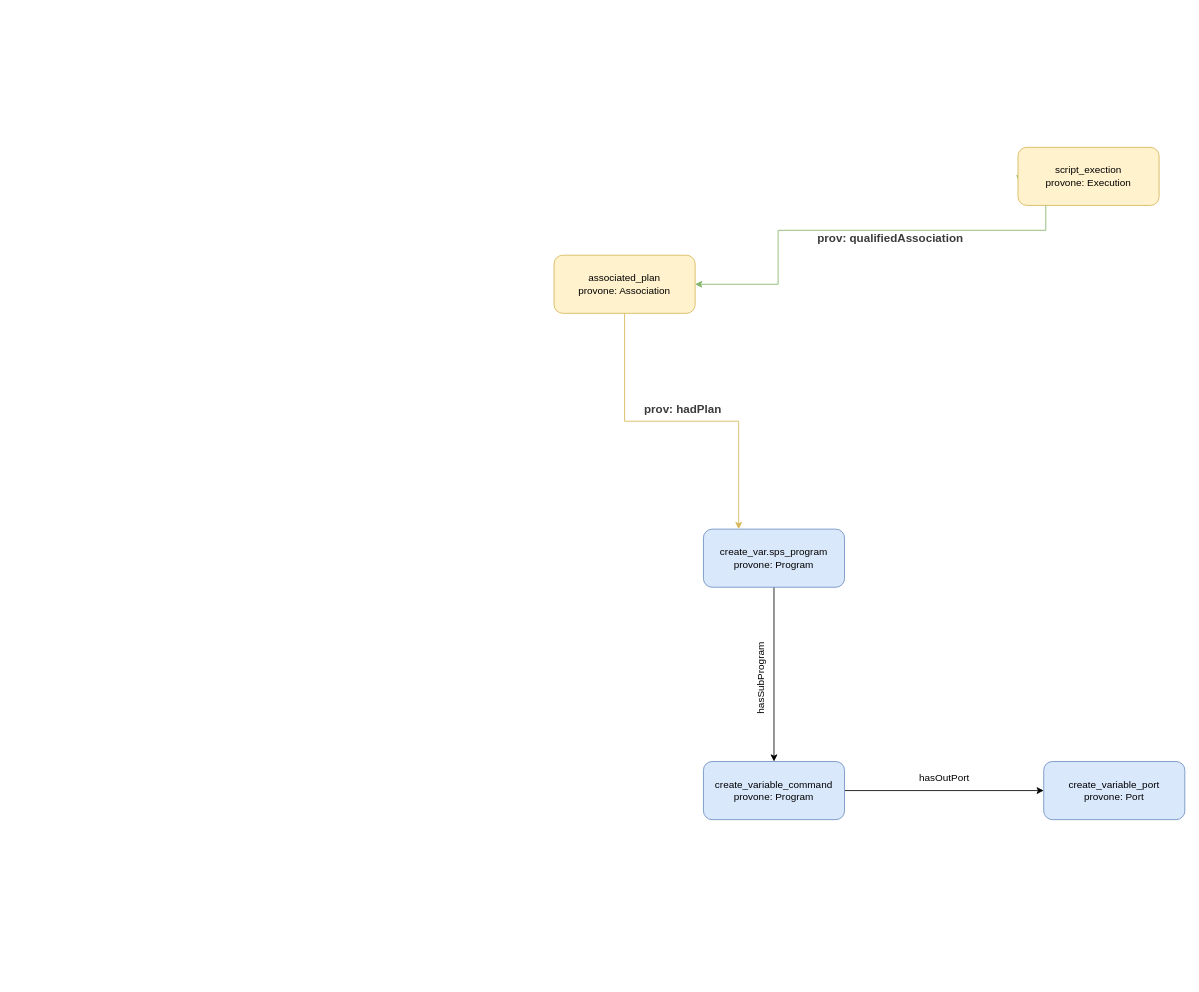
The draw.io diagram single-command/images/prov.drawio in ThomasThelen/sdtl-provone, before the edit. Source tidied: cells renumbered, new cells numbered last; positions are measured from the earlier drawing's top-left corner, leaving out a move shared by most shapes. Both pictures are drawn from the tidied source at 83%, with x=0, y=0 at pixel (554, 147).
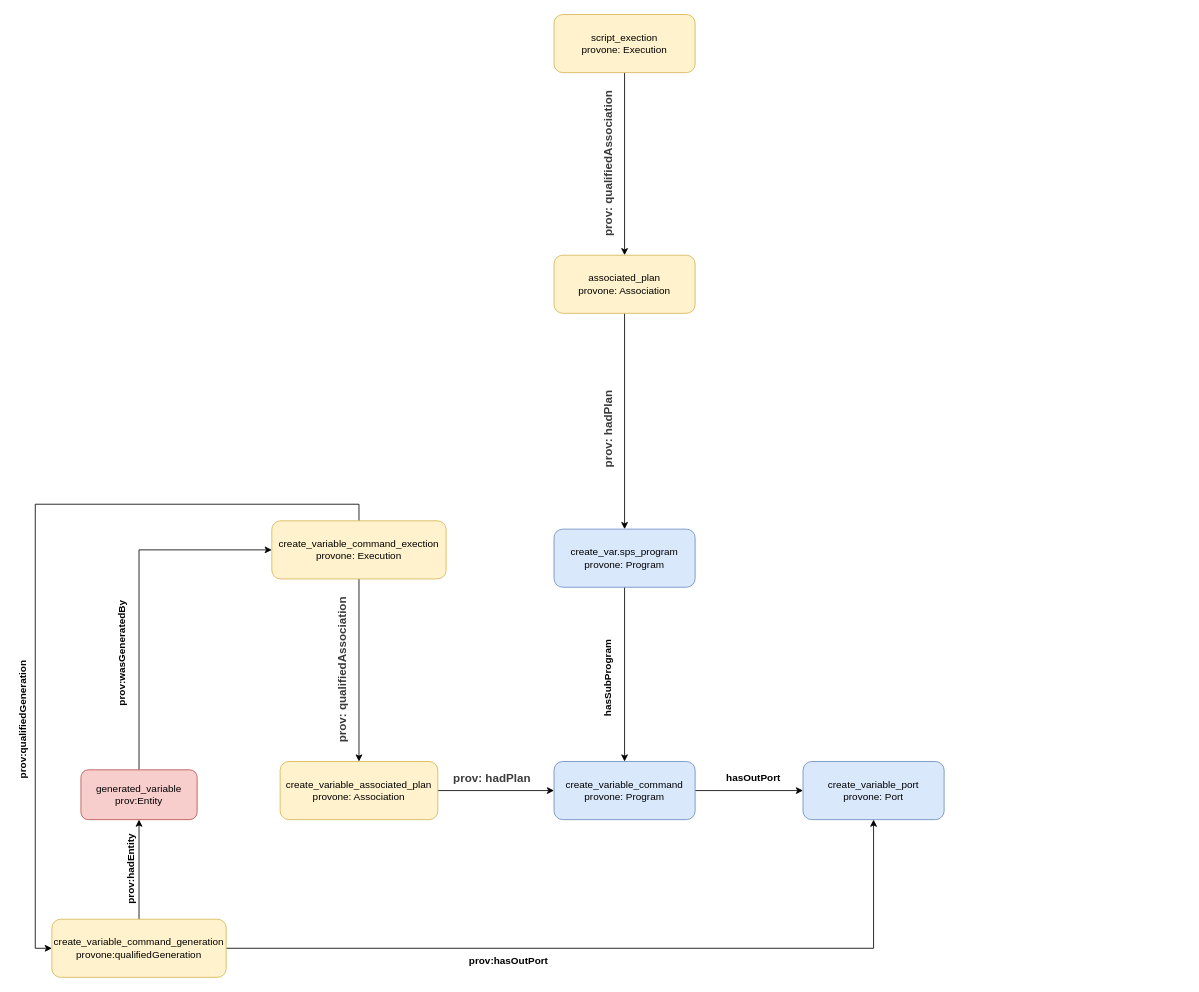
After the change.

Commit message (it also covers changes not shown here):
Add retrospective prov to images

The change refers to these unchanged cells:
```xml
<mxCell id="6" value="&lt;div&gt;associated_plan&lt;/div&gt;&lt;div&gt;provone: Association&lt;/div&gt;" style="rounded=1;whiteSpace=wrap;html=1;fontSize=12;glass=0;strokeWidth=1;shadow=0;fillColor=#fff2cc;strokeColor=#d6b656;" parent="1" vertex="1">
  <mxGeometry y="130" width="170" height="70" as="geometry" />
</mxCell>
```

Diff of the diagram source:
```diff
@@
-    <mxCell id="2" style="edgeStyle=orthogonalEdgeStyle;rounded=0;orthogonalLoop=1;jettySize=auto;html=1;exitX=0;exitY=0.5;exitDx=0;exitDy=0;entryX=0.012;entryY=0.6;entryDx=0;entryDy=0;strokeColor=#82B366;entryPerimeter=0;" parent="1" edge="1" source="3" target="3">
-      <mxGeometry relative="1" as="geometry" />
-    </mxCell>
+    <mxCell id="16" style="edgeStyle=orthogonalEdgeStyle;rounded=0;jettySize=auto;html=1;exitX=0.5;exitY=1;exitDx=0;exitDy=0;strokeColor=#000000;" parent="1" edge="1" source="3" target="6">
+      <mxGeometry relative="1" as="geometry" />
+    </mxCell>
     <mxCell id="3" value="&lt;div&gt;&lt;span&gt;script_exection&lt;br&gt;provone: Execution&lt;/span&gt;&lt;br&gt;&lt;/div&gt;" style="rounded=1;whiteSpace=wrap;html=1;fontSize=12;glass=0;strokeWidth=1;shadow=0;fillColor=#fff2cc;strokeColor=#d6b656;" parent="1" vertex="1">
-      <mxGeometry x="559" width="170" height="70" as="geometry" />
+      <mxGeometry y="-160" width="170" height="70" as="geometry" />
     </mxCell>
-    <mxCell id="4" style="edgeStyle=orthogonalEdgeStyle;rounded=0;jettySize=auto;html=1;exitX=0.25;exitY=1;exitDx=0;exitDy=0;entryX=1;entryY=0.5;entryDx=0;entryDy=0;fillColor=#d5e8d4;strokeColor=#82b366;" parent="1" edge="1" target="6">
-      <mxGeometry relative="1" as="geometry">
-        <mxPoint x="592.5" y="70" as="sourcePoint" />
-        <Array as="points">
-          <mxPoint x="593" y="100" />
-          <mxPoint x="270" y="100" />
-          <mxPoint x="270" y="165" />
-        </Array>
-      </mxGeometry>
-    </mxCell>
-    <mxCell id="5" style="edgeStyle=orthogonalEdgeStyle;rounded=0;jettySize=auto;html=1;entryX=0.25;entryY=0;entryDx=0;entryDy=0;exitX=0.5;exitY=1;exitDx=0;exitDy=0;fillColor=#fff2cc;strokeColor=#d6b656;" parent="1" edge="1" source="6" target="8">
+    <mxCell id="5" style="edgeStyle=orthogonalEdgeStyle;rounded=0;jettySize=auto;html=1;exitX=0.5;exitY=1;exitDx=0;exitDy=0;strokeColor=#000000;" parent="1" edge="1" source="6" target="8">
       <mxGeometry relative="1" as="geometry" />
     </mxCell>
@@
-    <mxCell id="7" style="edgeStyle=orthogonalEdgeStyle;rounded=0;jettySize=auto;html=1;" parent="1" edge="1" source="8" target="10">
+    <mxCell id="7" style="edgeStyle=orthogonalEdgeStyle;rounded=0;jettySize=auto;html=1;exitX=0.5;exitY=1;exitDx=0;exitDy=0;strokeColor=#000000;" parent="1" edge="1" source="8" target="10">
       <mxGeometry relative="1" as="geometry" />
     </mxCell>
     <mxCell id="8" value="&lt;div&gt;&lt;span&gt;create_var.sps_program&lt;/span&gt;&lt;/div&gt;&lt;div&gt;&lt;span&gt;provone: Program&lt;/span&gt;&lt;br&gt;&lt;/div&gt;" style="rounded=1;whiteSpace=wrap;html=1;fontSize=12;glass=0;strokeWidth=1;shadow=0;fillColor=#dae8fc;strokeColor=#6c8ebf;" parent="1" vertex="1">
-      <mxGeometry x="180" y="460" width="170" height="70" as="geometry" />
+      <mxGeometry y="460" width="170" height="70" as="geometry" />
     </mxCell>
@@
     <mxCell id="10" value="&lt;div&gt;&lt;span&gt;create_variable_command&lt;br&gt;provone: Program&lt;/span&gt;&lt;br&gt;&lt;/div&gt;" style="rounded=1;whiteSpace=wrap;html=1;fontSize=12;glass=0;strokeWidth=1;shadow=0;fillColor=#dae8fc;strokeColor=#6c8ebf;" parent="1" vertex="1">
-      <mxGeometry x="180" y="740" width="170" height="70" as="geometry" />
+      <mxGeometry y="740" width="170" height="70" as="geometry" />
     </mxCell>
     <mxCell id="11" value="&lt;div&gt;create_variable_port&lt;/div&gt;&lt;div&gt;&lt;span&gt;provone: Port&lt;/span&gt;&lt;br&gt;&lt;/div&gt;" style="rounded=1;whiteSpace=wrap;html=1;fontSize=12;glass=0;strokeWidth=1;shadow=0;fillColor=#dae8fc;strokeColor=#6c8ebf;" parent="1" vertex="1">
-      <mxGeometry x="590" y="740" width="170" height="70" as="geometry" />
+      <mxGeometry x="300" y="740" width="170" height="70" as="geometry" />
     </mxCell>
-    <mxCell id="12" value="&lt;font style=&quot;font-size: 14px&quot; color=&quot;#3b3b3b&quot;&gt;&lt;b&gt;prov: qualifiedAssociation&lt;/b&gt;&lt;/font&gt;" style="text;html=1;align=center;verticalAlign=middle;" parent="1" vertex="1">
-      <mxGeometry x="310" y="100" width="190" height="20" as="geometry" />
+    <mxCell id="12" value="&lt;font style=&quot;font-size: 14px&quot; color=&quot;#3b3b3b&quot;&gt;&lt;b&gt;prov: qualifiedAssociation&lt;/b&gt;&lt;/font&gt;" style="text;html=1;align=center;verticalAlign=middle;rotation=-90;" parent="1" vertex="1">
+      <mxGeometry x="-30" y="10" width="190" height="20" as="geometry" />
     </mxCell>
-    <mxCell id="13" value="&lt;b&gt;&lt;font style=&quot;font-size: 14px&quot; color=&quot;#3b3b3b&quot;&gt;prov: hadPlan&lt;/font&gt;&lt;/b&gt;" style="text;html=1;align=center;verticalAlign=middle;" parent="1" vertex="1">
-      <mxGeometry x="100" y="305" width="110" height="20" as="geometry" />
+    <mxCell id="13" value="&lt;b&gt;&lt;font style=&quot;font-size: 14px&quot; color=&quot;#3b3b3b&quot;&gt;prov: hadPlan&lt;/font&gt;&lt;/b&gt;" style="text;html=1;align=center;verticalAlign=middle;rotation=-90;" parent="1" vertex="1">
+      <mxGeometry x="10" y="330" width="110" height="20" as="geometry" />
     </mxCell>
-    <mxCell id="14" value="hasSubProgram" style="text;html=1;align=center;verticalAlign=middle;rotation=-90;" parent="1" vertex="1">
-      <mxGeometry x="200" y="630" width="100" height="20" as="geometry" />
+    <mxCell id="14" value="hasSubProgram" style="text;html=1;align=center;verticalAlign=middle;rotation=-90;fontStyle=1;" parent="1" vertex="1">
+      <mxGeometry x="10" y="630" width="110" height="20" as="geometry" />
     </mxCell>
-    <mxCell id="15" value="hasOutPort" style="text;html=1;align=center;verticalAlign=middle;" parent="1" vertex="1">
-      <mxGeometry x="430" y="750" width="80" height="20" as="geometry" />
+    <mxCell id="15" value="hasOutPort" style="text;html=1;align=center;verticalAlign=middle;fontStyle=1;" parent="1" vertex="1">
+      <mxGeometry x="200" y="750" width="80" height="20" as="geometry" />
     </mxCell>
+    <mxCell id="17" style="edgeStyle=orthogonalEdgeStyle;rounded=0;jettySize=auto;html=1;exitX=0.5;exitY=1;exitDx=0;exitDy=0;strokeColor=#000000;" parent="1" edge="1" source="19" target="21">
+      <mxGeometry relative="1" as="geometry" />
+    </mxCell>
+    <mxCell id="18" style="edgeStyle=orthogonalEdgeStyle;rounded=0;jettySize=auto;html=1;exitX=0.5;exitY=0;exitDx=0;exitDy=0;entryX=0;entryY=0.5;entryDx=0;entryDy=0;strokeColor=#000000;" parent="1" edge="1" source="19" target="29">
+      <mxGeometry relative="1" as="geometry" />
+    </mxCell>
+    <mxCell id="19" value="create_variable_command&lt;span&gt;_exection&lt;/span&gt;&lt;br&gt;&lt;div&gt;&lt;span&gt;provone: Execution&lt;/span&gt;&lt;br&gt;&lt;/div&gt;" style="rounded=1;whiteSpace=wrap;html=1;fontSize=12;glass=0;strokeWidth=1;shadow=0;fillColor=#fff2cc;strokeColor=#d6b656;" parent="1" vertex="1">
+      <mxGeometry x="-340" y="450" width="210" height="70" as="geometry" />
+    </mxCell>
+    <mxCell id="20" style="edgeStyle=orthogonalEdgeStyle;rounded=0;jettySize=auto;html=1;exitX=1;exitY=0.5;exitDx=0;exitDy=0;entryX=0;entryY=0.5;entryDx=0;entryDy=0;strokeColor=#000000;" parent="1" edge="1" source="21" target="10">
+      <mxGeometry relative="1" as="geometry" />
+    </mxCell>
+    <mxCell id="21" value="create_variable_&lt;span&gt;associated_plan&lt;/span&gt;&lt;br&gt;&lt;div&gt;provone: Association&lt;/div&gt;" style="rounded=1;whiteSpace=wrap;html=1;fontSize=12;glass=0;strokeWidth=1;shadow=0;fillColor=#fff2cc;strokeColor=#d6b656;" parent="1" vertex="1">
+      <mxGeometry x="-330" y="740" width="190" height="70" as="geometry" />
+    </mxCell>
+    <mxCell id="22" value="&lt;b&gt;&lt;font style=&quot;font-size: 14px&quot; color=&quot;#3b3b3b&quot;&gt;prov: hadPlan&lt;/font&gt;&lt;/b&gt;" style="text;html=1;align=center;verticalAlign=middle;rotation=0;" parent="1" vertex="1">
+      <mxGeometry x="-130" y="750" width="110" height="20" as="geometry" />
+    </mxCell>
+    <mxCell id="23" value="&lt;font style=&quot;font-size: 14px&quot; color=&quot;#3b3b3b&quot;&gt;&lt;b&gt;prov: qualifiedAssociation&lt;/b&gt;&lt;/font&gt;" style="text;html=1;align=center;verticalAlign=middle;rotation=-90;" parent="1" vertex="1">
+      <mxGeometry x="-350" y="620" width="190" height="20" as="geometry" />
+    </mxCell>
+    <mxCell id="24" style="edgeStyle=orthogonalEdgeStyle;rounded=0;jettySize=auto;html=1;exitX=0.5;exitY=0;exitDx=0;exitDy=0;entryX=0;entryY=0.5;entryDx=0;entryDy=0;strokeColor=#000000;" parent="1" edge="1" source="25" target="19">
+      <mxGeometry relative="1" as="geometry" />
+    </mxCell>
+    <mxCell id="25" value="generated_variable&lt;br&gt;prov:Entity" style="rounded=1;whiteSpace=wrap;html=1;fillColor=#f8cecc;strokeColor=#b85450;" parent="1" vertex="1">
+      <mxGeometry x="-570" y="750" width="140" height="60" as="geometry" />
+    </mxCell>
+    <mxCell id="26" value="&lt;b&gt;prov:wasGeneratedBy&lt;/b&gt;" style="text;html=1;align=center;verticalAlign=middle;rotation=-90;" parent="1" vertex="1">
+      <mxGeometry x="-590" y="600" width="140" height="20" as="geometry" />
+    </mxCell>
+    <mxCell id="27" style="edgeStyle=orthogonalEdgeStyle;rounded=0;jettySize=auto;html=1;exitX=0.5;exitY=0;exitDx=0;exitDy=0;entryX=0.5;entryY=1;entryDx=0;entryDy=0;strokeColor=#000000;" parent="1" edge="1" source="29" target="25">
+      <mxGeometry relative="1" as="geometry" />
+    </mxCell>
+    <mxCell id="28" style="edgeStyle=orthogonalEdgeStyle;rounded=0;jettySize=auto;html=1;exitX=1;exitY=0.5;exitDx=0;exitDy=0;strokeColor=#000000;" parent="1" edge="1" source="29" target="11">
+      <mxGeometry relative="1" as="geometry" />
+    </mxCell>
+    <mxCell id="29" value="create_variable_command&lt;span&gt;_generation&lt;/span&gt;&lt;br&gt;&lt;div&gt;&lt;span&gt;provone:qualifiedGeneration&lt;/span&gt;&lt;br&gt;&lt;/div&gt;" style="rounded=1;whiteSpace=wrap;html=1;fontSize=12;glass=0;strokeWidth=1;shadow=0;fillColor=#fff2cc;strokeColor=#d6b656;" parent="1" vertex="1">
+      <mxGeometry x="-605" y="930" width="210" height="70" as="geometry" />
+    </mxCell>
+    <mxCell id="30" value="&lt;b&gt;prov:hadEntity&lt;/b&gt;" style="text;html=1;align=center;verticalAlign=middle;rotation=-90;" parent="1" vertex="1">
+      <mxGeometry x="-560" y="860" width="100" height="20" as="geometry" />
+    </mxCell>
+    <mxCell id="31" value="&lt;b&gt;prov:qualifiedGeneration&lt;/b&gt;" style="text;html=1;align=center;verticalAlign=middle;rotation=-90;" parent="1" vertex="1">
+      <mxGeometry x="-720" y="680" width="160" height="20" as="geometry" />
+    </mxCell>
+    <mxCell id="32" value="&lt;b&gt;prov:hasOutPort&lt;/b&gt;" style="text;html=1;align=center;verticalAlign=middle;" parent="1" vertex="1">
+      <mxGeometry x="-110" y="970" width="110" height="20" as="geometry" />
+    </mxCell>
```
